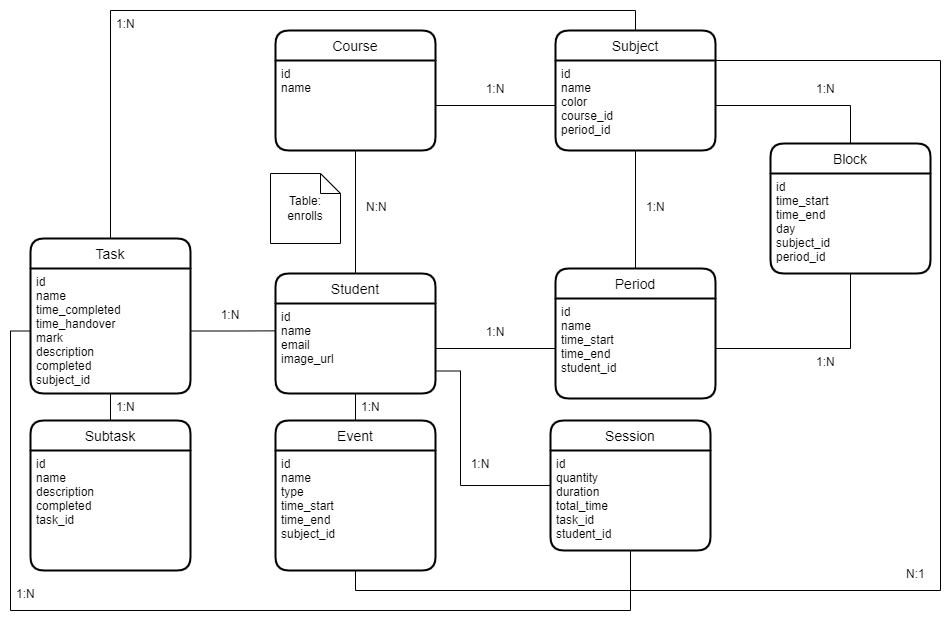
Above: er_diagram.png in devjust4/powertask-backend (draw.io), before the change. Source tidied: cells renumbered, new cells last; positions are measured from the earlier drawing's top-left corner, leaving out a move shared by most shapes. Source of this version:
```xml
<mxGraphModel>
  <root>
    <mxCell id="0" />
    <mxCell id="1" parent="0" />
    <mxCell id="2" style="edgeStyle=orthogonalEdgeStyle;rounded=0;jettySize=auto;html=1;entryX=0.5;entryY=1;entryDx=0;entryDy=0;endArrow=none;endFill=0;" parent="1" edge="1" source="3" target="6">
      <mxGeometry relative="1" as="geometry" />
    </mxCell>
    <mxCell id="3" value="Student" style="swimlane;horizontal=1;startSize=30;rounded=1;fontSize=14;fontStyle=0;strokeWidth=2;shadow=0;dashed=0;align=center;" parent="1" vertex="1">
      <mxGeometry x="265" y="263" width="160" height="120" as="geometry" />
    </mxCell>
    <mxCell id="4" value="id&#10;name&#10;email&#10;image_url" style="align=left;strokeColor=none;fillColor=none;spacingLeft=4;fontSize=12;verticalAlign=top;rounded=1;shadow=0;" parent="3" vertex="1">
      <mxGeometry y="30" width="160" height="90" as="geometry" />
    </mxCell>
    <mxCell id="5" value="Course" style="swimlane;horizontal=1;startSize=30;rounded=1;fontSize=14;fontStyle=0;strokeWidth=2;shadow=0;dashed=0;align=center;" parent="1" vertex="1">
      <mxGeometry x="265" y="20" width="160" height="120" as="geometry" />
    </mxCell>
    <mxCell id="6" value="id&#10;name" style="align=left;strokeColor=none;fillColor=none;spacingLeft=4;fontSize=12;verticalAlign=top;rounded=1;shadow=0;" parent="5" vertex="1">
      <mxGeometry y="30" width="160" height="90" as="geometry" />
    </mxCell>
    <mxCell id="7" value="N:N" style="text;strokeColor=none;fillColor=none;spacingLeft=4;spacingRight=4;overflow=hidden;fontSize=12;rounded=1;shadow=0;" parent="1" vertex="1">
      <mxGeometry x="350" y="183" width="40" height="30" as="geometry" />
    </mxCell>
    <mxCell id="8" value="&lt;font&gt;&lt;font style=&quot;font-size: 12px&quot;&gt;Table:&lt;br&gt;&lt;/font&gt;enrolls&lt;br&gt;&lt;/font&gt;" style="shape=note;size=20;whiteSpace=wrap;html=1;rounded=1;shadow=0;" parent="1" vertex="1">
      <mxGeometry x="260" y="163" width="70" height="70" as="geometry" />
    </mxCell>
    <mxCell id="9" value="Subject" style="swimlane;horizontal=1;startSize=30;rounded=1;fontSize=14;fontStyle=0;strokeWidth=2;shadow=0;dashed=0;align=center;" parent="1" vertex="1">
      <mxGeometry x="545" y="20" width="160" height="120" as="geometry" />
    </mxCell>
    <mxCell id="10" value="id&#10;name&#10;color&#10;course_id&#10;period_id" style="align=left;strokeColor=none;fillColor=none;spacingLeft=4;fontSize=12;verticalAlign=top;rounded=1;shadow=0;" parent="9" vertex="1">
      <mxGeometry y="30" width="160" height="90" as="geometry" />
    </mxCell>
    <mxCell id="11" value="1:N" style="text;strokeColor=none;fillColor=none;spacingLeft=4;spacingRight=4;overflow=hidden;fontSize=12;rounded=1;shadow=0;align=center;" parent="1" vertex="1">
      <mxGeometry x="465" y="65" width="40" height="30" as="geometry" />
    </mxCell>
    <mxCell id="12" value="Task" style="swimlane;horizontal=1;startSize=30;rounded=1;fontSize=14;fontStyle=0;strokeWidth=2;shadow=0;dashed=0;align=center;sketch=0;" parent="1" vertex="1">
      <mxGeometry x="20" y="228" width="160" height="155" as="geometry" />
    </mxCell>
    <mxCell id="13" value="id&#10;name&#10;time_completed&#10;time_handover&#10;mark&#10;description&#10;completed&#10;subject_id" style="align=left;strokeColor=none;fillColor=none;spacingLeft=4;fontSize=12;verticalAlign=top;rounded=1;shadow=0;labelBackgroundColor=none;" parent="12" vertex="1">
      <mxGeometry y="30" width="160" height="125" as="geometry" />
    </mxCell>
    <mxCell id="14" style="edgeStyle=orthogonalEdgeStyle;rounded=0;jettySize=auto;html=1;entryX=0;entryY=0.5;entryDx=0;entryDy=0;fontSize=12;endArrow=none;endFill=0;" parent="1" edge="1" source="6" target="10">
      <mxGeometry relative="1" as="geometry" />
    </mxCell>
    <mxCell id="15" style="edgeStyle=orthogonalEdgeStyle;rounded=0;jettySize=auto;html=1;entryX=0.5;entryY=1;entryDx=0;entryDy=0;fontSize=12;endArrow=none;endFill=0;" parent="1" edge="1" source="16" target="13">
      <mxGeometry relative="1" as="geometry" />
    </mxCell>
    <mxCell id="16" value="Subtask" style="swimlane;horizontal=1;startSize=30;rounded=1;fontSize=14;fontStyle=0;strokeWidth=2;shadow=0;dashed=0;align=center;" parent="1" vertex="1">
      <mxGeometry x="20" y="410" width="160" height="150" as="geometry" />
    </mxCell>
    <mxCell id="17" value="id&#10;name&#10;description&#10;completed&#10;task_id" style="align=left;strokeColor=none;fillColor=none;spacingLeft=4;fontSize=12;verticalAlign=top;rounded=1;shadow=0;" parent="16" vertex="1">
      <mxGeometry y="30" width="160" height="120" as="geometry" />
    </mxCell>
    <mxCell id="18" value="1:N" style="text;strokeColor=none;fillColor=none;spacingLeft=4;spacingRight=4;overflow=hidden;fontSize=12;rounded=1;shadow=0;" parent="1" vertex="1">
      <mxGeometry x="100" y="383" width="40" height="30" as="geometry" />
    </mxCell>
    <mxCell id="19" value="1:N" style="text;strokeColor=none;fillColor=none;spacingLeft=4;spacingRight=4;overflow=hidden;fontSize=12;rounded=1;shadow=0;align=center;" parent="1" vertex="1">
      <mxGeometry x="200" y="290.5" width="40" height="30" as="geometry" />
    </mxCell>
    <mxCell id="20" style="edgeStyle=orthogonalEdgeStyle;rounded=0;jettySize=auto;html=1;entryX=0.5;entryY=1;entryDx=0;entryDy=0;fontSize=12;endArrow=none;endFill=0;" parent="1" edge="1" source="21" target="10">
      <mxGeometry relative="1" as="geometry" />
    </mxCell>
    <mxCell id="21" value="Period" style="swimlane;horizontal=1;startSize=30;rounded=1;fontSize=14;fontStyle=0;strokeWidth=2;shadow=0;dashed=0;align=center;" parent="1" vertex="1">
      <mxGeometry x="545" y="258" width="160" height="130" as="geometry" />
    </mxCell>
    <mxCell id="22" value="id&#10;name&#10;time_start&#10;time_end&#10;student_id" style="align=left;strokeColor=none;fillColor=none;spacingLeft=4;fontSize=12;verticalAlign=top;rounded=1;shadow=0;fontStyle=0;" parent="21" vertex="1">
      <mxGeometry y="30" width="160" height="100" as="geometry" />
    </mxCell>
    <mxCell id="23" style="edgeStyle=orthogonalEdgeStyle;rounded=0;jettySize=auto;html=1;entryX=0;entryY=0.5;entryDx=0;entryDy=0;fontSize=12;endArrow=none;endFill=0;" parent="1" edge="1" source="4" target="22">
      <mxGeometry relative="1" as="geometry" />
    </mxCell>
    <mxCell id="24" value="1:N" style="text;strokeColor=none;fillColor=none;spacingLeft=4;spacingRight=4;overflow=hidden;fontSize=12;rounded=1;shadow=0;align=center;" parent="1" vertex="1">
      <mxGeometry x="465" y="308" width="40" height="30" as="geometry" />
    </mxCell>
    <mxCell id="25" value="1:N" style="text;strokeColor=none;fillColor=none;spacingLeft=4;spacingRight=4;overflow=hidden;fontSize=12;rounded=1;shadow=0;" parent="1" vertex="1">
      <mxGeometry x="630" y="183" width="40" height="30" as="geometry" />
    </mxCell>
    <mxCell id="26" style="edgeStyle=orthogonalEdgeStyle;rounded=0;jettySize=auto;html=1;entryX=1;entryY=0.5;entryDx=0;entryDy=0;fontSize=12;exitX=0.5;exitY=0;exitDx=0;exitDy=0;endArrow=none;endFill=0;" parent="1" edge="1" source="27" target="10">
      <mxGeometry relative="1" as="geometry" />
    </mxCell>
    <mxCell id="27" value="Block" style="swimlane;horizontal=1;startSize=30;rounded=1;fontSize=14;fontStyle=0;strokeWidth=2;shadow=0;dashed=0;align=center;" parent="1" vertex="1">
      <mxGeometry x="760" y="133" width="160" height="130" as="geometry" />
    </mxCell>
    <mxCell id="28" value="id&#10;time_start&#10;time_end&#10;day&#10;subject_id&#10;period_id" style="align=left;strokeColor=none;fillColor=none;spacingLeft=4;fontSize=12;verticalAlign=top;rounded=1;shadow=0;" parent="27" vertex="1">
      <mxGeometry y="30" width="160" height="100" as="geometry" />
    </mxCell>
    <mxCell id="29" style="edgeStyle=orthogonalEdgeStyle;rounded=0;jettySize=auto;html=1;entryX=1;entryY=0.5;entryDx=0;entryDy=0;fontSize=12;exitX=0.5;exitY=1;exitDx=0;exitDy=0;endArrow=none;endFill=0;" parent="1" edge="1" source="28" target="22">
      <mxGeometry relative="1" as="geometry" />
    </mxCell>
    <mxCell id="30" value="1:N" style="text;strokeColor=none;fillColor=none;spacingLeft=4;spacingRight=4;overflow=hidden;fontSize=12;rounded=1;shadow=0;" parent="1" vertex="1">
      <mxGeometry x="800" y="65" width="40" height="30" as="geometry" />
    </mxCell>
    <mxCell id="31" value="1:N" style="text;strokeColor=none;fillColor=none;spacingLeft=4;spacingRight=4;overflow=hidden;fontSize=12;rounded=1;shadow=0;" parent="1" vertex="1">
      <mxGeometry x="800" y="338" width="40" height="30" as="geometry" />
    </mxCell>
    <mxCell id="32" style="edgeStyle=orthogonalEdgeStyle;rounded=0;jettySize=auto;html=1;entryX=1;entryY=0.25;entryDx=0;entryDy=0;exitX=0.5;exitY=1;exitDx=0;exitDy=0;endArrow=none;endFill=0;" parent="1" edge="1" source="34" target="9">
      <mxGeometry relative="1" as="geometry">
        <Array as="points">
          <mxPoint x="345" y="580" />
          <mxPoint x="930" y="580" />
          <mxPoint x="930" y="50" />
        </Array>
      </mxGeometry>
    </mxCell>
    <mxCell id="33" value="Event" style="swimlane;horizontal=1;startSize=30;rounded=1;fontSize=14;fontStyle=0;strokeWidth=2;shadow=0;dashed=0;align=center;" parent="1" vertex="1">
      <mxGeometry x="265" y="410" width="160" height="150" as="geometry" />
    </mxCell>
    <mxCell id="34" value="id&#10;name&#10;type&#10;time_start&#10;time_end&#10;subject_id" style="align=left;strokeColor=none;fillColor=none;spacingLeft=4;fontSize=12;verticalAlign=top;rounded=1;shadow=0;" parent="33" vertex="1">
      <mxGeometry y="30" width="160" height="120" as="geometry" />
    </mxCell>
    <mxCell id="35" style="edgeStyle=orthogonalEdgeStyle;rounded=0;jettySize=auto;html=1;entryX=0.5;entryY=0;entryDx=0;entryDy=0;fontSize=12;endArrow=none;endFill=0;" parent="1" edge="1" source="4" target="33">
      <mxGeometry relative="1" as="geometry" />
    </mxCell>
    <mxCell id="36" style="edgeStyle=orthogonalEdgeStyle;rounded=0;jettySize=auto;html=1;entryX=0.5;entryY=0;entryDx=0;entryDy=0;fontSize=12;exitX=0.5;exitY=0;exitDx=0;exitDy=0;endArrow=none;endFill=0;" parent="1" edge="1" source="12" target="9">
      <mxGeometry relative="1" as="geometry" />
    </mxCell>
    <mxCell id="37" value="1:N" style="text;strokeColor=none;fillColor=none;spacingLeft=4;spacingRight=4;overflow=hidden;fontSize=12;rounded=1;shadow=0;" parent="1" vertex="1">
      <mxGeometry x="100" width="40" height="30" as="geometry" />
    </mxCell>
    <mxCell id="38" value="1:N" style="text;strokeColor=none;fillColor=none;spacingLeft=4;spacingRight=4;overflow=hidden;fontSize=12;rounded=1;shadow=0;" parent="1" vertex="1">
      <mxGeometry x="345" y="383" width="40" height="30" as="geometry" />
    </mxCell>
    <mxCell id="39" style="edgeStyle=orthogonalEdgeStyle;rounded=0;jettySize=auto;html=1;entryX=-0.002;entryY=0.304;entryDx=0;entryDy=0;entryPerimeter=0;fontSize=12;endArrow=none;endFill=0;" parent="1" edge="1" source="13" target="4">
      <mxGeometry relative="1" as="geometry" />
    </mxCell>
    <mxCell id="40" value="N:1" style="text;strokeColor=none;fillColor=none;spacingLeft=4;spacingRight=4;overflow=hidden;fontSize=12;rounded=1;shadow=0;" parent="1" vertex="1">
      <mxGeometry x="890" y="550" width="40" height="30" as="geometry" />
    </mxCell>
    <mxCell id="41" style="edgeStyle=orthogonalEdgeStyle;rounded=0;jettySize=auto;html=1;entryX=1;entryY=0.75;entryDx=0;entryDy=0;endArrow=none;endFill=0;" parent="1" edge="1" source="42" target="4">
      <mxGeometry relative="1" as="geometry">
        <Array as="points">
          <mxPoint x="450" y="475" />
          <mxPoint x="450" y="361" />
        </Array>
      </mxGeometry>
    </mxCell>
    <mxCell id="42" value="Session" style="swimlane;horizontal=1;startSize=30;rounded=1;fontSize=14;fontStyle=0;strokeWidth=2;shadow=0;dashed=0;align=center;" parent="1" vertex="1">
      <mxGeometry x="540" y="410" width="160" height="130" as="geometry" />
    </mxCell>
    <mxCell id="43" value="id&#10;quantity&#10;duration&#10;total_time&#10;task_id&#10;student_id" style="align=left;strokeColor=none;fillColor=none;spacingLeft=4;fontSize=12;verticalAlign=top;rounded=1;shadow=0;fontStyle=0;" parent="42" vertex="1">
      <mxGeometry y="30" width="160" height="100" as="geometry" />
    </mxCell>
    <mxCell id="44" style="edgeStyle=orthogonalEdgeStyle;rounded=0;jettySize=auto;html=1;entryX=0;entryY=0.5;entryDx=0;entryDy=0;endArrow=none;endFill=0;" parent="1" edge="1" source="43" target="13">
      <mxGeometry relative="1" as="geometry">
        <Array as="points">
          <mxPoint x="620" y="600" />
          <mxPoint y="600" />
          <mxPoint y="321" />
        </Array>
      </mxGeometry>
    </mxCell>
    <mxCell id="45" value="1:N" style="text;strokeColor=none;fillColor=none;spacingLeft=4;spacingRight=4;overflow=hidden;fontSize=12;rounded=1;shadow=0;" parent="1" vertex="1">
      <mxGeometry y="570" width="40" height="30" as="geometry" />
    </mxCell>
    <mxCell id="46" value="1:N" style="text;strokeColor=none;fillColor=none;spacingLeft=4;spacingRight=4;overflow=hidden;fontSize=12;rounded=1;shadow=0;align=center;" parent="1" vertex="1">
      <mxGeometry x="450" y="440" width="40" height="30" as="geometry" />
    </mxCell>
  </root>
</mxGraphModel>
```
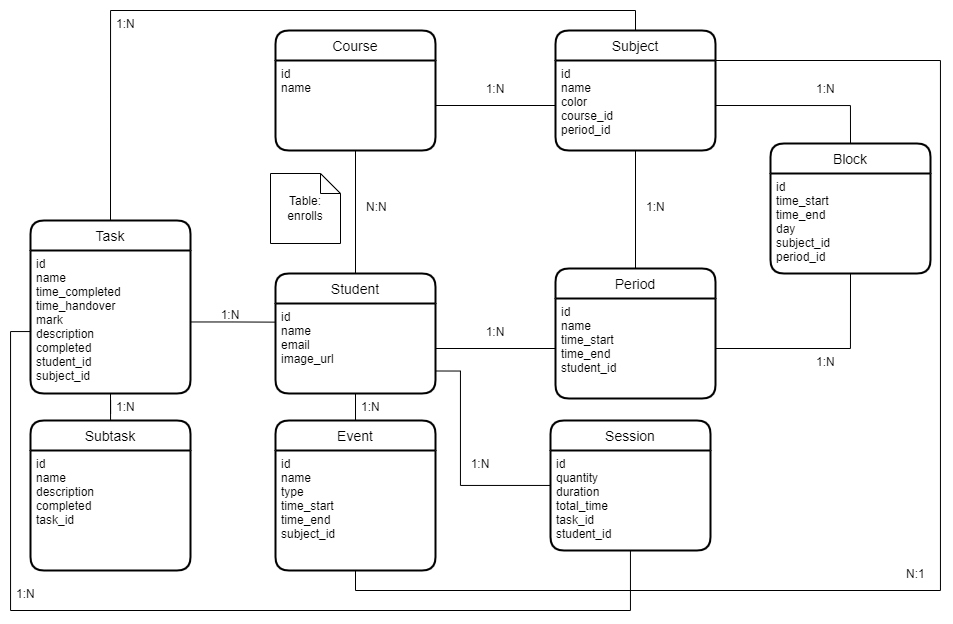
The same file after the commit.

Diff of the diagram source:
```diff
@@ -33,10 +33,10 @@
       <mxGeometry x="465" y="65" width="40" height="30" as="geometry" />
     </mxCell>
     <mxCell id="12" value="Task" style="swimlane;horizontal=1;startSize=30;rounded=1;fontSize=14;fontStyle=0;strokeWidth=2;shadow=0;dashed=0;align=center;sketch=0;" parent="1" vertex="1">
-      <mxGeometry x="20" y="228" width="160" height="155" as="geometry" />
+      <mxGeometry x="20" y="210" width="160" height="173" as="geometry" />
     </mxCell>
-    <mxCell id="13" value="id&#10;name&#10;time_completed&#10;time_handover&#10;mark&#10;description&#10;completed&#10;subject_id" style="align=left;strokeColor=none;fillColor=none;spacingLeft=4;fontSize=12;verticalAlign=top;rounded=1;shadow=0;labelBackgroundColor=none;" parent="12" vertex="1">
-      <mxGeometry y="30" width="160" height="125" as="geometry" />
+    <mxCell id="13" value="id&#10;name&#10;time_completed&#10;time_handover&#10;mark&#10;description&#10;completed&#10;student_id&#10;subject_id" style="align=left;strokeColor=none;fillColor=none;spacingLeft=4;fontSize=12;verticalAlign=top;rounded=1;shadow=0;labelBackgroundColor=none;" parent="12" vertex="1">
+      <mxGeometry y="30" width="160" height="143" as="geometry" />
     </mxCell>
     <mxCell id="14" style="edgeStyle=orthogonalEdgeStyle;rounded=0;jettySize=auto;html=1;entryX=0;entryY=0.5;entryDx=0;entryDy=0;fontSize=12;endArrow=none;endFill=0;" parent="1" edge="1" source="6" target="10">
       <mxGeometry relative="1" as="geometry" />
@@ -119,7 +119,7 @@
     <mxCell id="38" value="1:N" style="text;strokeColor=none;fillColor=none;spacingLeft=4;spacingRight=4;overflow=hidden;fontSize=12;rounded=1;shadow=0;" parent="1" vertex="1">
       <mxGeometry x="345" y="383" width="40" height="30" as="geometry" />
     </mxCell>
-    <mxCell id="39" style="edgeStyle=orthogonalEdgeStyle;rounded=0;jettySize=auto;html=1;entryX=-0.002;entryY=0.304;entryDx=0;entryDy=0;entryPerimeter=0;fontSize=12;endArrow=none;endFill=0;" parent="1" edge="1" source="13" target="4">
+    <mxCell id="39" style="edgeStyle=orthogonalEdgeStyle;rounded=0;jettySize=auto;html=1;entryX=0;entryY=0.207;entryDx=0;entryDy=0;entryPerimeter=0;fontSize=12;endArrow=none;endFill=0;" parent="1" edge="1" source="13" target="4">
       <mxGeometry relative="1" as="geometry" />
     </mxCell>
     <mxCell id="40" value="N:1" style="text;strokeColor=none;fillColor=none;spacingLeft=4;spacingRight=4;overflow=hidden;fontSize=12;rounded=1;shadow=0;" parent="1" vertex="1">
```
